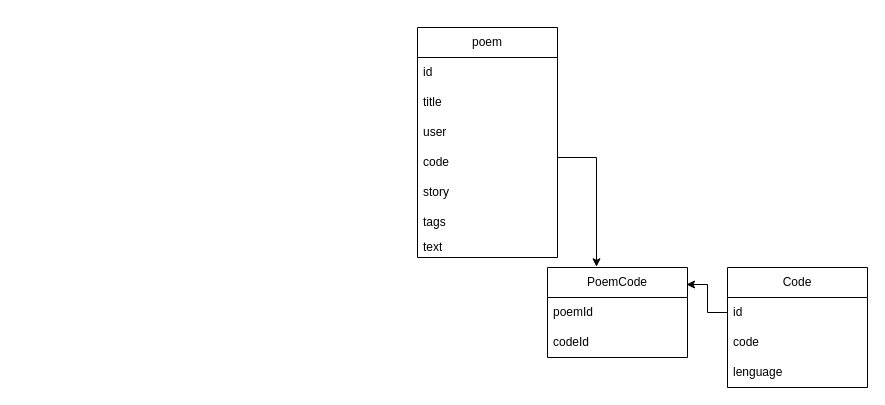
Before: Diagrama sin título.drawio in 1gnale/POOP-ts, a draw.io diagram. Source tidied: cells renumbered, new cells numbered last; positions are measured from the earlier drawing's top-left corner, leaving out a move shared by most shapes. Both pictures are drawn from the tidied source at 100%, with x=0, y=0 at pixel (417, 27).
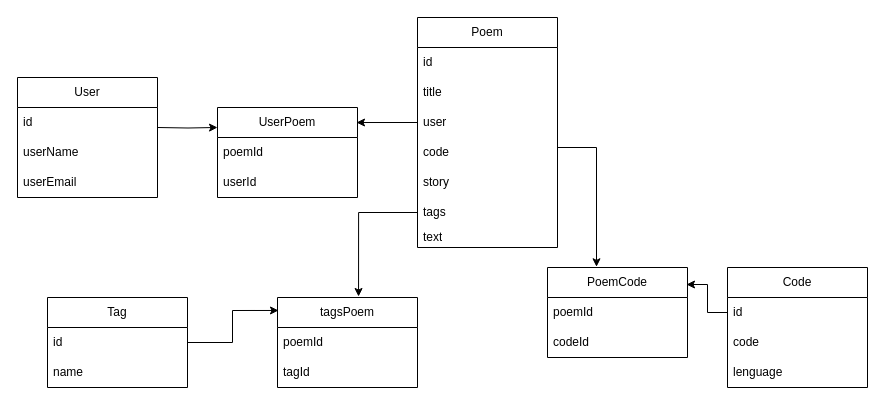
After the change.

The change refers to these unchanged cells:
```xml
<mxCell id="5" value="user" style="text;strokeColor=none;fillColor=none;align=left;verticalAlign=middle;spacingLeft=4;spacingRight=4;overflow=hidden;points=[[0,0.5],[1,0.5]];portConstraint=eastwest;whiteSpace=wrap;html=1;" parent="2" vertex="1">
  <mxGeometry y="90" width="140" height="30" as="geometry" />
</mxCell>
<mxCell id="7" value="story" style="text;strokeColor=none;fillColor=none;align=left;verticalAlign=middle;spacingLeft=4;spacingRight=4;overflow=hidden;points=[[0,0.5],[1,0.5]];portConstraint=eastwest;whiteSpace=wrap;html=1;" parent="2" vertex="1">
  <mxGeometry y="150" width="140" height="30" as="geometry" />
</mxCell>
<mxCell id="8" value="tags" style="text;strokeColor=none;fillColor=none;align=left;verticalAlign=middle;spacingLeft=4;spacingRight=4;overflow=hidden;points=[[0,0.5],[1,0.5]];portConstraint=eastwest;whiteSpace=wrap;html=1;" parent="2" vertex="1">
  <mxGeometry y="180" width="140" height="30" as="geometry" />
</mxCell>
<mxCell id="14" value="PoemCode" style="swimlane;fontStyle=0;horizontal=1;startSize=30;whiteSpace=wrap;html=1;" parent="1" vertex="1">
  <mxGeometry x="130" y="240" width="140" height="90" as="geometry" />
</mxCell>
```

The edit, as a diff of the source:
```diff
@@
-    <mxCell id="2" value="poem" style="swimlane;fontStyle=0;horizontal=1;startSize=30;whiteSpace=wrap;html=1;" parent="1" vertex="1">
-      <mxGeometry width="140" height="230" as="geometry" />
+    <mxCell id="2" value="Poem" style="swimlane;fontStyle=0;horizontal=1;startSize=30;whiteSpace=wrap;html=1;" parent="1" vertex="1">
+      <mxGeometry y="-10" width="140" height="230" as="geometry" />
     </mxCell>
@@
     <mxCell id="17" style="edgeStyle=orthogonalEdgeStyle;rounded=0;jettySize=auto;html=1;exitX=1;exitY=0.5;exitDx=0;exitDy=0;entryX=0.35;entryY=-0.008;entryDx=0;entryDy=0;entryPerimeter=0;" parent="1" edge="1" source="7" target="14">
       <mxGeometry relative="1" as="geometry">
         <Array as="points">
-          <mxPoint x="140" y="130" />
-          <mxPoint x="179" y="130" />
+          <mxPoint x="140" y="120" />
+          <mxPoint x="179" y="120" />
         </Array>
       </mxGeometry>
     </mxCell>
@@
+    <mxCell id="19" value="User" style="swimlane;fontStyle=0;horizontal=1;startSize=30;whiteSpace=wrap;html=1;" parent="1" vertex="1">
+      <mxGeometry x="-400" y="50" width="140" height="120" as="geometry" />
+    </mxCell>
+    <mxCell id="20" value="id" style="text;strokeColor=none;fillColor=none;align=left;verticalAlign=middle;spacingLeft=4;spacingRight=4;overflow=hidden;whiteSpace=wrap;html=1;" parent="19" vertex="1">
+      <mxGeometry y="30" width="140" height="30" as="geometry" />
+    </mxCell>
+    <mxCell id="21" value="userName" style="text;strokeColor=none;fillColor=none;align=left;verticalAlign=middle;spacingLeft=4;spacingRight=4;overflow=hidden;whiteSpace=wrap;html=1;" parent="19" vertex="1">
+      <mxGeometry y="60" width="140" height="30" as="geometry" />
+    </mxCell>
+    <mxCell id="22" value="userEmail" style="text;strokeColor=none;fillColor=none;align=left;verticalAlign=middle;spacingLeft=4;spacingRight=4;overflow=hidden;whiteSpace=wrap;html=1;" parent="19" vertex="1">
+      <mxGeometry y="90" width="140" height="30" as="geometry" />
+    </mxCell>
+    <mxCell id="23" value="UserPoem" style="swimlane;fontStyle=0;horizontal=1;startSize=30;whiteSpace=wrap;html=1;" parent="1" vertex="1">
+      <mxGeometry x="-200" y="80" width="140" height="90" as="geometry" />
+    </mxCell>
+    <mxCell id="24" value="poemId" style="text;strokeColor=none;fillColor=none;align=left;verticalAlign=middle;spacingLeft=4;spacingRight=4;overflow=hidden;whiteSpace=wrap;html=1;" parent="23" vertex="1">
+      <mxGeometry y="30" width="140" height="30" as="geometry" />
+    </mxCell>
+    <mxCell id="25" value="userId" style="text;strokeColor=none;fillColor=none;align=left;verticalAlign=middle;spacingLeft=4;spacingRight=4;overflow=hidden;whiteSpace=wrap;html=1;" parent="23" vertex="1">
+      <mxGeometry y="60" width="140" height="30" as="geometry" />
+    </mxCell>
+    <mxCell id="26" style="edgeStyle=orthogonalEdgeStyle;rounded=0;jettySize=auto;html=1;entryX=0;entryY=0.222;entryDx=0;entryDy=0;entryPerimeter=0;" parent="1" edge="1" target="23">
+      <mxGeometry relative="1" as="geometry">
+        <mxPoint x="-260" y="100" as="sourcePoint" />
+      </mxGeometry>
+    </mxCell>
+    <mxCell id="27" style="edgeStyle=orthogonalEdgeStyle;rounded=0;jettySize=auto;html=1;exitX=0;exitY=0.5;exitDx=0;exitDy=0;entryX=0.993;entryY=0.167;entryDx=0;entryDy=0;entryPerimeter=0;" parent="1" edge="1" source="5" target="23">
+      <mxGeometry relative="1" as="geometry" />
+    </mxCell>
+    <mxCell id="28" value="tagsPoem" style="swimlane;fontStyle=0;horizontal=1;startSize=30;whiteSpace=wrap;html=1;" parent="1" vertex="1">
+      <mxGeometry x="-140" y="270" width="140" height="90" as="geometry" />
+    </mxCell>
+    <mxCell id="29" value="poemId" style="text;strokeColor=none;fillColor=none;align=left;verticalAlign=middle;spacingLeft=4;spacingRight=4;overflow=hidden;whiteSpace=wrap;html=1;" parent="28" vertex="1">
+      <mxGeometry y="30" width="140" height="30" as="geometry" />
+    </mxCell>
+    <mxCell id="30" value="tagId" style="text;strokeColor=none;fillColor=none;align=left;verticalAlign=middle;spacingLeft=4;spacingRight=4;overflow=hidden;whiteSpace=wrap;html=1;" parent="28" vertex="1">
+      <mxGeometry y="60" width="140" height="30" as="geometry" />
+    </mxCell>
+    <mxCell id="31" style="edgeStyle=orthogonalEdgeStyle;rounded=0;jettySize=auto;html=1;entryX=0.579;entryY=-0.011;entryDx=0;entryDy=0;entryPerimeter=0;" parent="1" edge="1" source="8" target="28">
+      <mxGeometry relative="1" as="geometry" />
+    </mxCell>
+    <mxCell id="32" value="Tag" style="swimlane;fontStyle=0;horizontal=1;startSize=30;whiteSpace=wrap;html=1;" parent="1" vertex="1">
+      <mxGeometry x="-370" y="270" width="140" height="90" as="geometry" />
+    </mxCell>
+    <mxCell id="33" value="id" style="text;strokeColor=none;fillColor=none;align=left;verticalAlign=middle;spacingLeft=4;spacingRight=4;overflow=hidden;points=[[0,0.5],[1,0.5]];portConstraint=eastwest;whiteSpace=wrap;html=1;" parent="32" vertex="1">
+      <mxGeometry y="30" width="140" height="30" as="geometry" />
+    </mxCell>
+    <mxCell id="34" value="name" style="text;strokeColor=none;fillColor=none;align=left;verticalAlign=middle;spacingLeft=4;spacingRight=4;overflow=hidden;whiteSpace=wrap;html=1;" parent="32" vertex="1">
+      <mxGeometry y="60" width="140" height="30" as="geometry" />
+    </mxCell>
+    <mxCell id="35" style="edgeStyle=orthogonalEdgeStyle;rounded=0;jettySize=auto;html=1;exitX=1;exitY=0.5;exitDx=0;exitDy=0;entryX=0.007;entryY=0.144;entryDx=0;entryDy=0;entryPerimeter=0;" parent="1" edge="1" source="33" target="28">
+      <mxGeometry relative="1" as="geometry" />
+    </mxCell>
```
